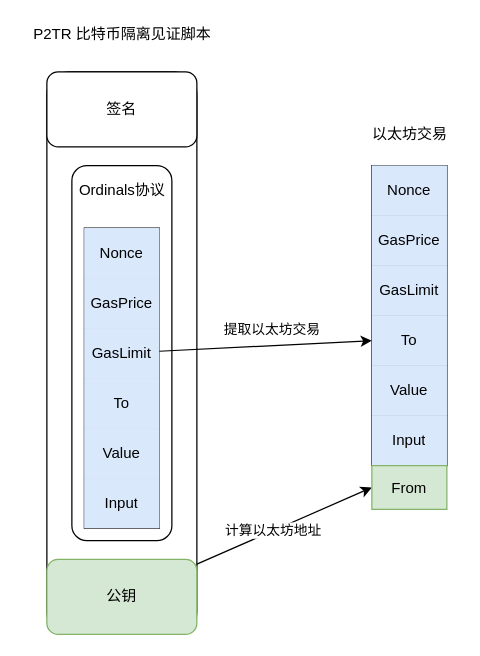
bxelab/whitepaper keeps this draw.io diagram as page "SegWitScript2EthTx" (3 of 5) of image/BxE.drawio. Above is the earlier version. Source tidied: cells renumbered, new cells numbered last; positions are measured from the earlier drawing's top-left corner, leaving out a move shared by most shapes. Both pictures are drawn from the tidied source at 125%, with x=0, y=0 at pixel (21, 21).
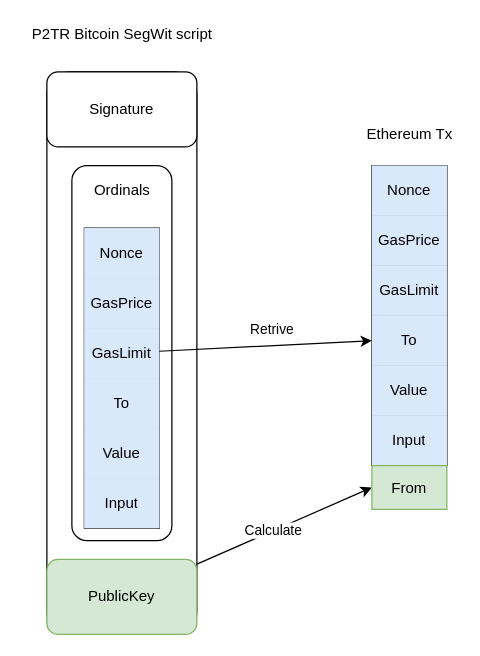
The same page after the edit.

Unchanged cells that the change refers to:
```xml
<mxCell id="4" style="rounded=0;jettySize=auto;html=1;entryX=0;entryY=0.5;entryDx=0;entryDy=0;" parent="1" edge="1" source="6" target="37">
  <mxGeometry relative="1" as="geometry" />
</mxCell>
<mxCell id="8" style="group;" parent="1" vertex="1">
  <mxGeometry x="40" y="115" width="80" height="300" as="geometry" />
</mxCell>
<mxCell id="38" style="edgeStyle=none;rounded=0;jettySize=auto;html=1;entryX=0;entryY=0.5;entryDx=0;entryDy=0;" parent="1" edge="1" source="15" target="31">
  <mxGeometry relative="1" as="geometry" />
</mxCell>
```

Diff of the diagram source:
```diff
@@
-    <mxCell id="3" value="签名" style="rounded=1;whiteSpace=wrap;html=1;" parent="1" vertex="1">
+    <mxCell id="3" value="Signature" style="rounded=1;whiteSpace=wrap;html=1;" parent="1" vertex="1">
       <mxGeometry x="20" y="40" width="120" height="60" as="geometry" />
     </mxCell>
@@
-    <mxCell id="5" value="计算以太坊地址" style="edgeLabel;html=1;align=center;verticalAlign=middle;" parent="4" vertex="1">
+    <mxCell id="5" value="Calculate" style="edgeLabel;html=1;align=center;verticalAlign=middle;" parent="4" vertex="1">
       <mxGeometry x="-0.14" y="1" relative="1" as="geometry" />
     </mxCell>
-    <mxCell id="6" value="公钥" style="rounded=1;whiteSpace=wrap;html=1;fillColor=#d5e8d4;strokeColor=#82b366;" parent="1" vertex="1">
+    <mxCell id="6" value="PublicKey" style="rounded=1;whiteSpace=wrap;html=1;fillColor=#d5e8d4;strokeColor=#82b366;" parent="1" vertex="1">
       <mxGeometry x="20" y="430" width="120" height="60" as="geometry" />
     </mxCell>
-    <mxCell id="7" value="以太坊交易" style="text;html=1;align=center;verticalAlign=middle;strokeColor=none;fillColor=none;fontColor=#000000;" parent="1" vertex="1">
+    <mxCell id="7" value="Ethereum Tx" style="text;html=1;align=center;verticalAlign=middle;strokeColor=none;fillColor=none;fontColor=#000000;" parent="1" vertex="1">
       <mxGeometry x="270" y="80" width="80" height="20" as="geometry" />
     </mxCell>
@@
-    <mxCell id="23" value="Ordinals协议" style="text;html=1;align=center;verticalAlign=middle;strokeColor=none;fillColor=none;" parent="8" vertex="1">
-      <mxGeometry y="10" width="80" height="20" as="geometry" />
+    <mxCell id="23" value="Ordinals" style="text;html=1;align=center;verticalAlign=middle;strokeColor=none;fillColor=none;" parent="8" vertex="1">
+      <mxGeometry x="10" y="10" width="60" height="20" as="geometry" />
     </mxCell>
@@
-    <mxCell id="39" value="提取以太坊交易" style="edgeLabel;html=1;align=center;verticalAlign=middle;" parent="38" vertex="1">
+    <mxCell id="39" value="Retrive" style="edgeLabel;html=1;align=center;verticalAlign=middle;" parent="38" vertex="1">
       <mxGeometry x="-0.15" y="1" relative="1" as="geometry">
         <mxPoint x="18" y="-13" as="offset" />
       </mxGeometry>
     </mxCell>
-    <mxCell id="40" value="P2TR 比特币隔离见证脚本" style="text;html=1;align=center;verticalAlign=middle;strokeColor=none;fillColor=none;" parent="1" vertex="1">
+    <mxCell id="40" value="P2TR Bitcoin SegWit script" style="text;html=1;align=center;verticalAlign=middle;strokeColor=none;fillColor=none;" parent="1" vertex="1">
       <mxGeometry width="160" height="20" as="geometry" />
     </mxCell>
```
